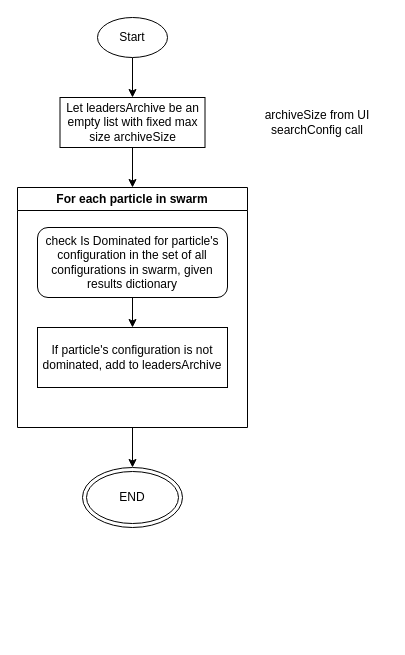
This is page "Initialize Leaders Archive" (3 of 7) of scheme/Orchestrator.drawio from R-a-d-u/PSATSimSimulation, a draw.io file, before an edit. Source tidied: cells renumbered, new cells numbered last; positions are measured from the earlier drawing's top-left corner, leaving out a move shared by most shapes. Both pictures are drawn from the tidied source at 100%, with x=0, y=0 at pixel (17, 17).
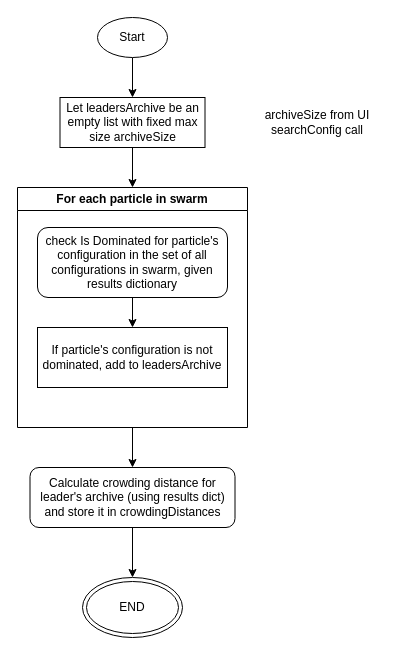
The same diagram, later.

Commit message (it also covers changes not shown here):
diagram for crowding distances

Diff of the diagram source:
```diff
@@
 <mxGraphModel>
   <root>
     <mxCell id="0" />
     <mxCell id="1" parent="0" />
     <mxCell id="2" style="edgeStyle=orthogonalEdgeStyle;rounded=0;jettySize=auto;html=1;" parent="1" edge="1" source="3" target="5">
       <mxGeometry relative="1" as="geometry" />
     </mxCell>
     <mxCell id="3" value="Start" style="ellipse;whiteSpace=wrap;html=1;" parent="1" vertex="1">
       <mxGeometry x="80" width="70" height="40" as="geometry" />
     </mxCell>
     <mxCell id="4" style="edgeStyle=orthogonalEdgeStyle;rounded=0;jettySize=auto;html=1;" parent="1" edge="1" source="5" target="8">
       <mxGeometry relative="1" as="geometry" />
     </mxCell>
     <mxCell id="5" value="Let leadersArchive be an empty list with fixed max size archiveSize" style="rounded=0;whiteSpace=wrap;html=1;" parent="1" vertex="1">
       <mxGeometry x="42.5" y="80" width="145" height="50" as="geometry" />
     </mxCell>
     <mxCell id="6" value="archiveSize from UI searchConfig call" style="text;html=1;align=center;verticalAlign=middle;whiteSpace=wrap;rounded=0;" parent="1" vertex="1">
       <mxGeometry x="230" y="90" width="140" height="30" as="geometry" />
     </mxCell>
-    <mxCell id="7" style="edgeStyle=orthogonalEdgeStyle;rounded=0;jettySize=auto;html=1;" parent="1" edge="1" source="8" target="12">
-      <mxGeometry relative="1" as="geometry" />
-    </mxCell>
+    <mxCell id="13" style="edgeStyle=orthogonalEdgeStyle;rounded=0;jettySize=auto;html=1;" parent="1" edge="1" source="8" target="15">
+      <mxGeometry relative="1" as="geometry" />
+    </mxCell>
     <mxCell id="8" value="For each particle in swarm" style="swimlane;whiteSpace=wrap;html=1;" parent="1" vertex="1">
       <mxGeometry y="170" width="230" height="240" as="geometry" />
     </mxCell>
     <mxCell id="9" style="edgeStyle=orthogonalEdgeStyle;rounded=0;jettySize=auto;html=1;" parent="8" edge="1" source="10" target="11">
       <mxGeometry relative="1" as="geometry" />
     </mxCell>
     <mxCell id="10" value="check Is Dominated for particle's configuration in the set of all configurations in swarm, given results dictionary" style="rounded=1;whiteSpace=wrap;html=1;" parent="8" vertex="1">
       <mxGeometry x="20" y="40" width="190" height="70" as="geometry" />
     </mxCell>
     <mxCell id="11" value="If particle's configuration is not dominated, add to leadersArchive" style="rounded=0;whiteSpace=wrap;html=1;" parent="8" vertex="1">
       <mxGeometry x="20" y="140" width="190" height="60" as="geometry" />
     </mxCell>
     <mxCell id="12" value="END" style="ellipse;shape=doubleEllipse;whiteSpace=wrap;html=1;" parent="1" vertex="1">
-      <mxGeometry x="65" y="450" width="100" height="60" as="geometry" />
+      <mxGeometry x="65" y="560" width="100" height="60" as="geometry" />
     </mxCell>
+    <mxCell id="14" style="edgeStyle=orthogonalEdgeStyle;rounded=0;jettySize=auto;html=1;" parent="1" edge="1" source="15" target="12">
+      <mxGeometry relative="1" as="geometry" />
+    </mxCell>
+    <mxCell id="15" value="Calculate crowding distance for leader's archive (using results dict) and store it in crowdingDistances" style="rounded=1;whiteSpace=wrap;html=1;" parent="1" vertex="1">
+      <mxGeometry x="12.5" y="450" width="205" height="60" as="geometry" />
+    </mxCell>
   </root>
 </mxGraphModel>
```
